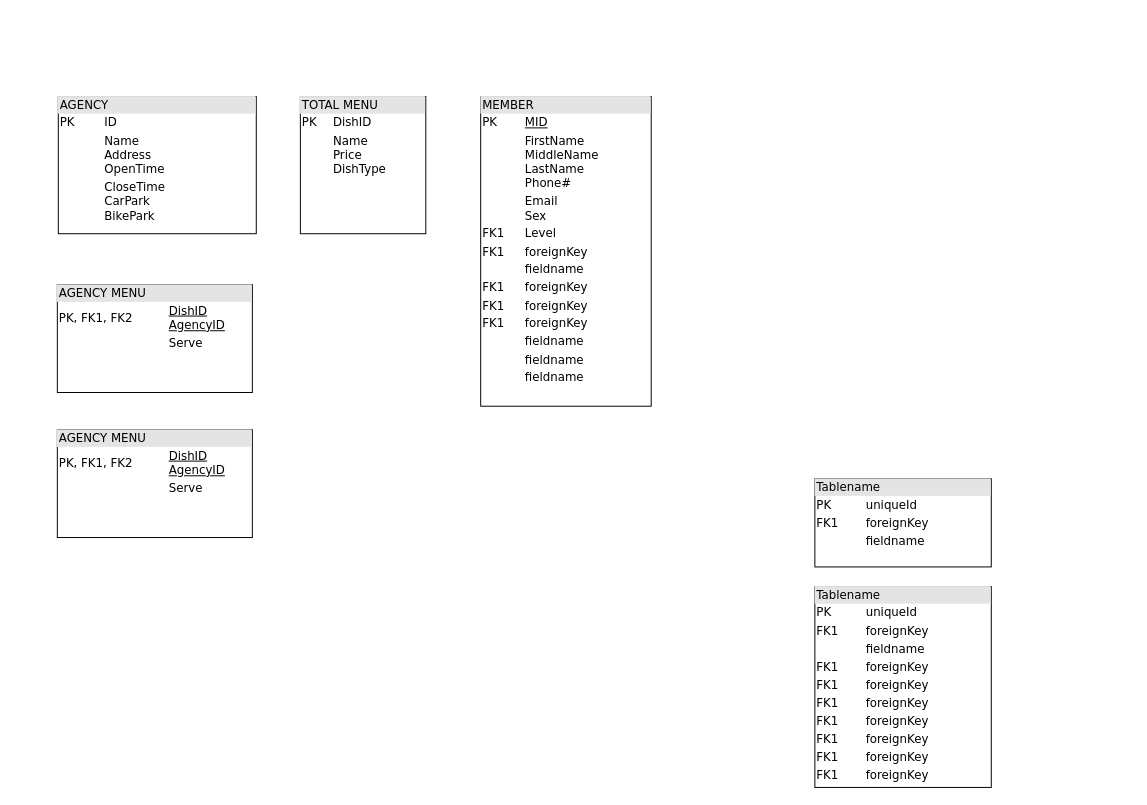
Earlier version of the draw.io diagram Diagrams/Biểu đồ không có tiêu đề.drawio (huukhanh0653/AdvancedDatabase). Source tidied: cells renumbered, new cells numbered last; positions are measured from the earlier drawing's top-left corner, leaving out a move shared by most shapes. Both pictures are drawn from the tidied source at 98%, with x=0, y=0 at pixel (57, 96).
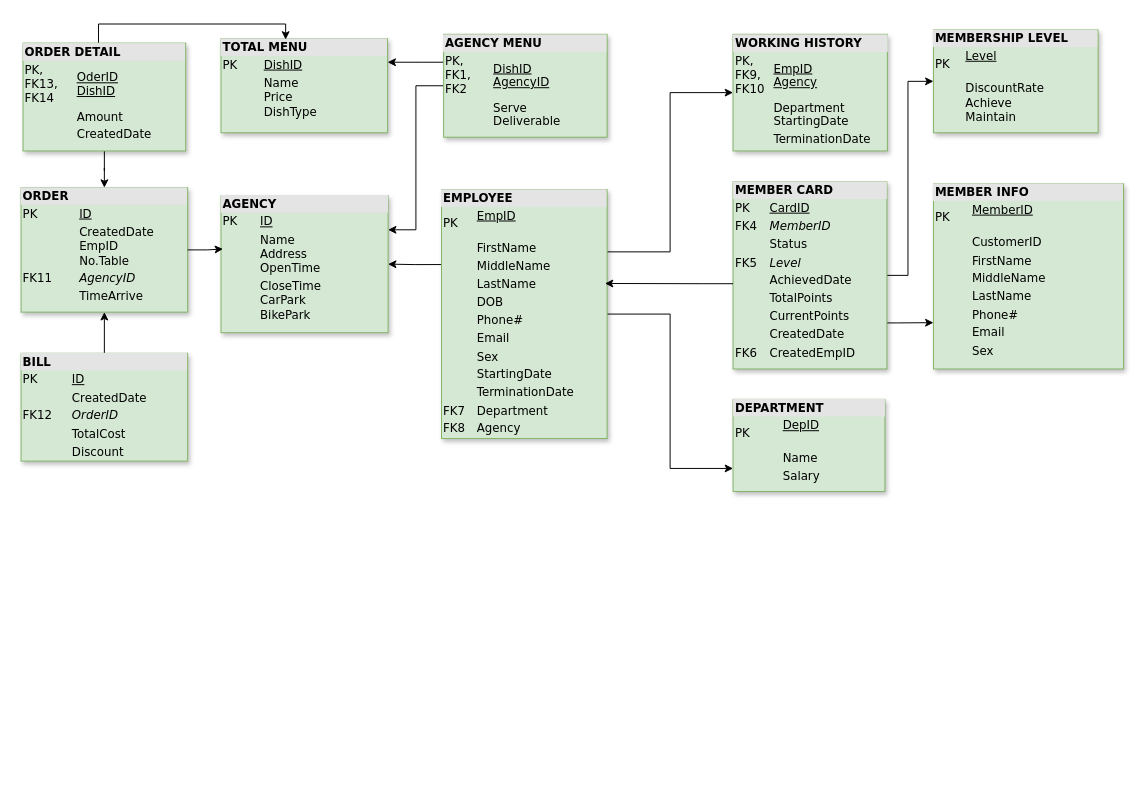
Above is the later version.

What changed in the source:
```diff
@@
-    <mxCell id="2" value="&lt;div style=&quot;box-sizing:border-box;width:100%;background:#e4e4e4;padding:2px;&quot;&gt;AGENCY&lt;/div&gt;&lt;table style=&quot;width:100%;font-size:1em;&quot; cellpadding=&quot;2&quot; cellspacing=&quot;0&quot;&gt;&lt;tbody&gt;&lt;tr&gt;&lt;td&gt;PK&lt;/td&gt;&lt;td&gt;ID&lt;/td&gt;&lt;/tr&gt;&lt;tr&gt;&lt;td&gt;&lt;br&gt;&lt;/td&gt;&lt;td&gt;Name&lt;br&gt;Address&lt;br&gt;OpenTime&lt;/td&gt;&lt;/tr&gt;&lt;tr&gt;&lt;td&gt;&lt;/td&gt;&lt;td&gt;CloseTime&lt;br&gt;CarPark&lt;br&gt;BikePark&lt;/td&gt;&lt;/tr&gt;&lt;/tbody&gt;&lt;/table&gt;" style="verticalAlign=top;align=left;overflow=fill;html=1;rounded=0;shadow=0;comic=0;labelBackgroundColor=none;strokeWidth=1;fontFamily=Verdana;fontSize=12;" parent="1" vertex="1">
-      <mxGeometry x="1" width="202" height="140" as="geometry" />
+    <mxCell id="2" value="&lt;div style=&quot;box-sizing:border-box;width:100%;background:#e4e4e4;padding:2px;&quot;&gt;&lt;b&gt;AGENCY&lt;/b&gt;&lt;/div&gt;&lt;table style=&quot;width:100%;font-size:1em;&quot; cellpadding=&quot;2&quot; cellspacing=&quot;0&quot;&gt;&lt;tbody&gt;&lt;tr&gt;&lt;td&gt;PK&lt;/td&gt;&lt;td&gt;&lt;u&gt;ID&lt;/u&gt;&lt;/td&gt;&lt;/tr&gt;&lt;tr&gt;&lt;td&gt;&lt;br&gt;&lt;/td&gt;&lt;td&gt;Name&lt;br&gt;Address&lt;br&gt;OpenTime&lt;/td&gt;&lt;/tr&gt;&lt;tr&gt;&lt;td&gt;&lt;/td&gt;&lt;td&gt;CloseTime&lt;br&gt;CarPark&lt;br&gt;BikePark&lt;/td&gt;&lt;/tr&gt;&lt;/tbody&gt;&lt;/table&gt;" style="verticalAlign=top;align=left;overflow=fill;html=1;rounded=0;shadow=1;comic=0;labelBackgroundColor=none;strokeWidth=1;fontFamily=Verdana;fontSize=12;glass=0;fillStyle=auto;fillColor=#d5e8d4;strokeColor=#82b366;" parent="1" vertex="1">
+      <mxGeometry x="167" y="101" width="170.5" height="140" as="geometry" />
     </mxCell>
-    <mxCell id="3" value="&lt;div style=&quot;box-sizing: border-box ; width: 100% ; background: #e4e4e4 ; padding: 2px&quot;&gt;Tablename&lt;/div&gt;&lt;table style=&quot;width: 100% ; font-size: 1em&quot; cellpadding=&quot;2&quot; cellspacing=&quot;0&quot;&gt;&lt;tbody&gt;&lt;tr&gt;&lt;td&gt;PK&lt;/td&gt;&lt;td&gt;uniqueId&lt;/td&gt;&lt;/tr&gt;&lt;tr&gt;&lt;td&gt;FK1&lt;/td&gt;&lt;td&gt;foreignKey&lt;/td&gt;&lt;/tr&gt;&lt;tr&gt;&lt;td&gt;&lt;/td&gt;&lt;td&gt;fieldname&lt;/td&gt;&lt;/tr&gt;&lt;tr&gt;&lt;td&gt;FK1&lt;br&gt;&lt;/td&gt;&lt;td&gt;foreignKey&lt;br&gt;&lt;/td&gt;&lt;/tr&gt;&lt;tr&gt;&lt;td&gt;FK1&lt;br&gt;&lt;/td&gt;&lt;td&gt;foreignKey&lt;br&gt;&lt;/td&gt;&lt;/tr&gt;&lt;tr&gt;&lt;td&gt;FK1&lt;br&gt;&lt;/td&gt;&lt;td&gt;foreignKey&lt;br&gt;&lt;/td&gt;&lt;/tr&gt;&lt;tr&gt;&lt;td&gt;FK1&lt;br&gt;&lt;/td&gt;&lt;td&gt;foreignKey&lt;br&gt;&lt;/td&gt;&lt;/tr&gt;&lt;tr&gt;&lt;td&gt;FK1&lt;br&gt;&lt;/td&gt;&lt;td&gt;foreignKey&lt;br&gt;&lt;/td&gt;&lt;/tr&gt;&lt;tr&gt;&lt;td&gt;FK1&lt;br&gt;&lt;/td&gt;&lt;td&gt;foreignKey&lt;br&gt;&lt;/td&gt;&lt;/tr&gt;&lt;tr&gt;&lt;td&gt;FK1&lt;br&gt;&lt;/td&gt;&lt;td&gt;foreignKey&lt;br&gt;&lt;/td&gt;&lt;/tr&gt;&lt;/tbody&gt;&lt;/table&gt;" style="verticalAlign=top;align=left;overflow=fill;html=1;rounded=0;shadow=0;comic=0;labelBackgroundColor=none;strokeWidth=1;fontFamily=Verdana;fontSize=12;" parent="1" vertex="1">
-      <mxGeometry x="773" y="500" width="180" height="205" as="geometry" />
-    </mxCell>
-    <mxCell id="4" value="&lt;div style=&quot;box-sizing:border-box;width:100%;background:#e4e4e4;padding:2px;&quot;&gt;Tablename&lt;/div&gt;&lt;table style=&quot;width:100%;font-size:1em;&quot; cellpadding=&quot;2&quot; cellspacing=&quot;0&quot;&gt;&lt;tr&gt;&lt;td&gt;PK&lt;/td&gt;&lt;td&gt;uniqueId&lt;/td&gt;&lt;/tr&gt;&lt;tr&gt;&lt;td&gt;FK1&lt;/td&gt;&lt;td&gt;foreignKey&lt;/td&gt;&lt;/tr&gt;&lt;tr&gt;&lt;td&gt;&lt;/td&gt;&lt;td&gt;fieldname&lt;/td&gt;&lt;/tr&gt;&lt;/table&gt;" style="verticalAlign=top;align=left;overflow=fill;html=1;rounded=0;shadow=0;comic=0;labelBackgroundColor=none;strokeWidth=1;fontFamily=Verdana;fontSize=12;" parent="1" vertex="1">
-      <mxGeometry x="773" y="390" width="180" height="90" as="geometry" />
-    </mxCell>
+    <mxCell id="9" style="edgeStyle=orthogonalEdgeStyle;rounded=0;jettySize=auto;html=1;entryX=0;entryY=0.5;entryDx=0;entryDy=0;" parent="1" edge="1" source="5" target="8">
+      <mxGeometry relative="1" as="geometry">
+        <Array as="points">
+          <mxPoint x="868" y="182" />
+          <mxPoint x="868" y="-16" />
+        </Array>
+      </mxGeometry>
+    </mxCell>
+    <mxCell id="10" style="edgeStyle=orthogonalEdgeStyle;rounded=0;jettySize=auto;html=1;entryX=0;entryY=0.75;entryDx=0;entryDy=0;" parent="1" edge="1" source="5" target="13">
+      <mxGeometry relative="1" as="geometry">
+        <Array as="points">
+          <mxPoint x="857" y="231" />
+          <mxPoint x="857" y="231" />
+        </Array>
+      </mxGeometry>
+    </mxCell>
-    <mxCell id="5" value="&lt;div style=&quot;box-sizing: border-box ; width: 100% ; background: #e4e4e4 ; padding: 2px&quot;&gt;MEMBER&lt;/div&gt;&lt;table style=&quot;width: 100% ; font-size: 1em&quot; cellpadding=&quot;2&quot; cellspacing=&quot;0&quot;&gt;&lt;tbody&gt;&lt;tr&gt;&lt;td&gt;PK&lt;/td&gt;&lt;td&gt;&lt;u&gt;MID&lt;/u&gt;&lt;u&gt;&lt;br&gt;&lt;/u&gt;&lt;/td&gt;&lt;/tr&gt;&lt;tr&gt;&lt;td&gt;&lt;br&gt;&lt;/td&gt;&lt;td&gt;FirstName&lt;br&gt;MiddleName&lt;br&gt;LastName&lt;br&gt;Phone#&lt;/td&gt;&lt;/tr&gt;&lt;tr&gt;&lt;td&gt;&lt;br&gt;&lt;/td&gt;&lt;td&gt;Email&lt;br&gt;Sex&lt;br&gt;&lt;/td&gt;&lt;/tr&gt;&lt;tr&gt;&lt;td&gt;FK1&lt;br&gt;&lt;/td&gt;&lt;td&gt;Level&lt;br&gt;&lt;/td&gt;&lt;/tr&gt;&lt;tr&gt;&lt;td&gt;FK1&lt;br&gt;&lt;/td&gt;&lt;td&gt;foreignKey&lt;br&gt;&lt;/td&gt;&lt;/tr&gt;&lt;tr&gt;&lt;td&gt;&lt;br&gt;&lt;/td&gt;&lt;td&gt;fieldname&lt;br&gt;&lt;/td&gt;&lt;/tr&gt;&lt;tr&gt;&lt;td&gt;FK1&lt;br&gt;&lt;/td&gt;&lt;td&gt;foreignKey&lt;br&gt;&lt;/td&gt;&lt;/tr&gt;&lt;tr&gt;&lt;td&gt;FK1&lt;br&gt;&lt;/td&gt;&lt;td&gt;foreignKey&lt;br&gt;&lt;/td&gt;&lt;/tr&gt;&lt;tr&gt;&lt;td&gt;FK1&lt;br&gt;&lt;/td&gt;&lt;td&gt;foreignKey&lt;br&gt;&lt;/td&gt;&lt;/tr&gt;&lt;tr&gt;&lt;td&gt;&lt;br&gt;&lt;/td&gt;&lt;td&gt;fieldname&lt;br&gt;&lt;/td&gt;&lt;/tr&gt;&lt;tr&gt;&lt;td&gt;&lt;br&gt;&lt;/td&gt;&lt;td&gt;fieldname&lt;br&gt;&lt;/td&gt;&lt;/tr&gt;&lt;tr&gt;&lt;td&gt;&lt;br&gt;&lt;/td&gt;&lt;td&gt;fieldname&lt;br&gt;&lt;/td&gt;&lt;/tr&gt;&lt;/tbody&gt;&lt;/table&gt;" style="verticalAlign=top;align=left;overflow=fill;html=1;rounded=0;shadow=0;comic=0;labelBackgroundColor=none;strokeWidth=1;fontFamily=Verdana;fontSize=12;" parent="1" vertex="1">
-      <mxGeometry x="432" width="174" height="316" as="geometry" />
+    <mxCell id="5" value="&lt;div style=&quot;box-sizing: border-box ; width: 100% ; background: #e4e4e4 ; padding: 2px&quot;&gt;&lt;b&gt;MEMBER CARD&lt;/b&gt;&lt;/div&gt;&lt;table style=&quot;width: 100% ; font-size: 1em&quot; cellpadding=&quot;2&quot; cellspacing=&quot;0&quot;&gt;&lt;tbody&gt;&lt;tr&gt;&lt;td&gt;PK&lt;/td&gt;&lt;td&gt;&lt;u&gt;CardID&lt;/u&gt;&lt;/td&gt;&lt;/tr&gt;&lt;tr&gt;&lt;td&gt;FK4&lt;/td&gt;&lt;td&gt;&lt;i&gt;MemberID&lt;/i&gt;&lt;/td&gt;&lt;/tr&gt;&lt;tr&gt;&lt;td&gt;&lt;/td&gt;&lt;td&gt;Status&lt;/td&gt;&lt;/tr&gt;&lt;tr&gt;&lt;td&gt;FK5&lt;/td&gt;&lt;td&gt;&lt;i&gt;Level&lt;/i&gt;&lt;/td&gt;&lt;/tr&gt;&lt;tr&gt;&lt;td&gt;&lt;/td&gt;&lt;td&gt;AchievedDate&lt;/td&gt;&lt;/tr&gt;&lt;tr&gt;&lt;td&gt;&lt;/td&gt;&lt;td&gt;TotalPoints&lt;/td&gt;&lt;/tr&gt;&lt;tr&gt;&lt;td&gt;&lt;/td&gt;&lt;td&gt;CurrentPoints&lt;/td&gt;&lt;/tr&gt;&lt;tr&gt;&lt;td&gt;&lt;/td&gt;&lt;td&gt;CreatedDate&lt;/td&gt;&lt;/tr&gt;&lt;tr&gt;&lt;td&gt;FK6&lt;/td&gt;&lt;td&gt;CreatedEmpID&lt;/td&gt;&lt;/tr&gt;&lt;/tbody&gt;&lt;/table&gt;" style="verticalAlign=top;align=left;overflow=fill;html=1;rounded=0;shadow=1;comic=0;labelBackgroundColor=none;strokeWidth=1;fontFamily=Verdana;fontSize=12;glass=0;fillStyle=auto;fillColor=#d5e8d4;strokeColor=#82b366;" parent="1" vertex="1">
+      <mxGeometry x="689.5" y="87" width="157" height="191" as="geometry" />
     </mxCell>
-    <mxCell id="6" value="&lt;div style=&quot;box-sizing:border-box;width:100%;background:#e4e4e4;padding:2px;&quot;&gt;TOTAL MENU&lt;/div&gt;&lt;table style=&quot;width:100%;font-size:1em;&quot; cellpadding=&quot;2&quot; cellspacing=&quot;0&quot;&gt;&lt;tbody&gt;&lt;tr&gt;&lt;td&gt;PK&lt;/td&gt;&lt;td&gt;DishID&lt;/td&gt;&lt;/tr&gt;&lt;tr&gt;&lt;td&gt;&lt;br&gt;&lt;/td&gt;&lt;td&gt;Name&lt;br&gt;Price&lt;br&gt;DishType&lt;/td&gt;&lt;/tr&gt;&lt;tr&gt;&lt;td&gt;&lt;/td&gt;&lt;td&gt;&lt;br&gt;&lt;br&gt;&lt;br&gt;&lt;/td&gt;&lt;/tr&gt;&lt;/tbody&gt;&lt;/table&gt;" style="verticalAlign=top;align=left;overflow=fill;html=1;rounded=0;shadow=0;comic=0;labelBackgroundColor=none;strokeWidth=1;fontFamily=Verdana;fontSize=12;" parent="1" vertex="1">
-      <mxGeometry x="248" width="128" height="140" as="geometry" />
+    <mxCell id="6" value="&lt;div style=&quot;box-sizing:border-box;width:100%;background:#e4e4e4;padding:2px;&quot;&gt;&lt;b&gt;TOTAL MENU&lt;/b&gt;&lt;/div&gt;&lt;table style=&quot;width:100%;font-size:1em;&quot; cellpadding=&quot;2&quot; cellspacing=&quot;0&quot;&gt;&lt;tbody&gt;&lt;tr&gt;&lt;td&gt;PK&lt;/td&gt;&lt;td&gt;&lt;u&gt;DishID&lt;/u&gt;&lt;/td&gt;&lt;/tr&gt;&lt;tr&gt;&lt;td&gt;&lt;br&gt;&lt;/td&gt;&lt;td&gt;Name&lt;br&gt;Price&lt;br&gt;DishType&lt;/td&gt;&lt;/tr&gt;&lt;tr&gt;&lt;td&gt;&lt;/td&gt;&lt;td&gt;&lt;br&gt;&lt;br&gt;&lt;br&gt;&lt;/td&gt;&lt;/tr&gt;&lt;/tbody&gt;&lt;/table&gt;" style="verticalAlign=top;align=left;overflow=fill;html=1;rounded=0;shadow=1;comic=0;labelBackgroundColor=none;strokeWidth=1;fontFamily=Verdana;fontSize=12;glass=0;fillStyle=auto;fillColor=#d5e8d4;strokeColor=#82b366;" parent="1" vertex="1">
+      <mxGeometry x="167" y="-59" width="170" height="96" as="geometry" />
     </mxCell>
+    <mxCell id="11" style="edgeStyle=orthogonalEdgeStyle;rounded=0;jettySize=auto;html=1;entryX=1;entryY=0.25;entryDx=0;entryDy=0;" parent="1" edge="1" source="7" target="2">
+      <mxGeometry relative="1" as="geometry" />
+    </mxCell>
+    <mxCell id="12" style="edgeStyle=orthogonalEdgeStyle;rounded=0;jettySize=auto;html=1;entryX=1;entryY=0.25;entryDx=0;entryDy=0;" parent="1" edge="1" source="7" target="6">
+      <mxGeometry relative="1" as="geometry">
+        <Array as="points">
+          <mxPoint x="373" y="-35" />
+          <mxPoint x="373" y="-35" />
+        </Array>
+      </mxGeometry>
+    </mxCell>
-    <mxCell id="7" value="&lt;div style=&quot;box-sizing: border-box ; width: 100% ; background: #e4e4e4 ; padding: 2px&quot;&gt;AGENCY MENU&lt;/div&gt;&lt;table style=&quot;width: 100% ; font-size: 1em&quot; cellpadding=&quot;2&quot; cellspacing=&quot;0&quot;&gt;&lt;tbody&gt;&lt;tr&gt;&lt;td&gt;PK, FK1, FK2&lt;/td&gt;&lt;td&gt;&lt;u&gt;DishID&lt;br&gt;&lt;/u&gt;&lt;u&gt;AgencyID&lt;/u&gt;&lt;u&gt;&lt;br&gt;&lt;/u&gt;&lt;/td&gt;&lt;/tr&gt;&lt;tr&gt;&lt;td&gt;&lt;u&gt;&lt;br&gt;&lt;/u&gt;&lt;/td&gt;&lt;td&gt;Serve&lt;/td&gt;&lt;/tr&gt;&lt;tr&gt;&lt;td&gt;&lt;/td&gt;&lt;td&gt;&lt;br&gt;&lt;/td&gt;&lt;/tr&gt;&lt;/tbody&gt;&lt;/table&gt;" style="verticalAlign=top;align=left;overflow=fill;html=1;rounded=0;shadow=0;comic=0;labelBackgroundColor=none;strokeWidth=1;fontFamily=Verdana;fontSize=12;" parent="1" vertex="1">
-      <mxGeometry y="192" width="199" height="110" as="geometry" />
+    <mxCell id="7" value="&lt;div style=&quot;box-sizing: border-box ; width: 100% ; background: #e4e4e4 ; padding: 2px&quot;&gt;&lt;b&gt;AGENCY MENU&lt;/b&gt;&lt;/div&gt;&lt;table style=&quot;width: 100% ; font-size: 1em&quot; cellpadding=&quot;2&quot; cellspacing=&quot;0&quot;&gt;&lt;tbody&gt;&lt;tr&gt;&lt;td&gt;PK, &lt;br&gt;FK1, &lt;br&gt;FK2&lt;/td&gt;&lt;td&gt;&lt;u&gt;DishID&lt;br&gt;&lt;/u&gt;&lt;u&gt;AgencyID&lt;/u&gt;&lt;u&gt;&lt;br&gt;&lt;/u&gt;&lt;/td&gt;&lt;/tr&gt;&lt;tr&gt;&lt;td&gt;&lt;u&gt;&lt;br&gt;&lt;/u&gt;&lt;/td&gt;&lt;td&gt;Serve&lt;br&gt;Deliverable&lt;/td&gt;&lt;/tr&gt;&lt;tr&gt;&lt;td&gt;&lt;/td&gt;&lt;td&gt;&lt;br&gt;&lt;/td&gt;&lt;/tr&gt;&lt;/tbody&gt;&lt;/table&gt;" style="verticalAlign=top;align=left;overflow=fill;html=1;rounded=0;shadow=1;comic=0;labelBackgroundColor=none;strokeWidth=1;fontFamily=Verdana;fontSize=12;glass=0;fillStyle=auto;fillColor=#d5e8d4;strokeColor=#82b366;" parent="1" vertex="1">
+      <mxGeometry x="394.2" y="-63.5" width="166.8" height="105" as="geometry" />
     </mxCell>
-    <mxCell id="8" value="&lt;div style=&quot;box-sizing: border-box ; width: 100% ; background: #e4e4e4 ; padding: 2px&quot;&gt;AGENCY MENU&lt;/div&gt;&lt;table style=&quot;width: 100% ; font-size: 1em&quot; cellpadding=&quot;2&quot; cellspacing=&quot;0&quot;&gt;&lt;tbody&gt;&lt;tr&gt;&lt;td&gt;PK, FK1, FK2&lt;/td&gt;&lt;td&gt;&lt;u&gt;DishID&lt;br&gt;&lt;/u&gt;&lt;u&gt;AgencyID&lt;/u&gt;&lt;u&gt;&lt;br&gt;&lt;/u&gt;&lt;/td&gt;&lt;/tr&gt;&lt;tr&gt;&lt;td&gt;&lt;u&gt;&lt;br&gt;&lt;/u&gt;&lt;/td&gt;&lt;td&gt;Serve&lt;/td&gt;&lt;/tr&gt;&lt;tr&gt;&lt;td&gt;&lt;/td&gt;&lt;td&gt;&lt;br&gt;&lt;/td&gt;&lt;/tr&gt;&lt;/tbody&gt;&lt;/table&gt;" style="verticalAlign=top;align=left;overflow=fill;html=1;rounded=0;shadow=0;comic=0;labelBackgroundColor=none;strokeWidth=1;fontFamily=Verdana;fontSize=12;" parent="1" vertex="1">
-      <mxGeometry y="340" width="199" height="110" as="geometry" />
+    <mxCell id="8" value="&lt;div style=&quot;box-sizing: border-box ; width: 100% ; background: #e4e4e4 ; padding: 2px&quot;&gt;&lt;b&gt;MEMBERSHIP LEVEL&lt;/b&gt;&lt;/div&gt;&lt;table style=&quot;width: 100% ; font-size: 1em&quot; cellpadding=&quot;2&quot; cellspacing=&quot;0&quot;&gt;&lt;tbody&gt;&lt;tr&gt;&lt;td&gt;PK&lt;/td&gt;&lt;td&gt;&lt;u&gt;Level&lt;br&gt;&lt;br&gt;&lt;/u&gt;&lt;/td&gt;&lt;/tr&gt;&lt;tr&gt;&lt;td&gt;&lt;u&gt;&lt;br&gt;&lt;/u&gt;&lt;/td&gt;&lt;td&gt;DiscountRate&lt;br&gt;Achieve&lt;br&gt;Maintain&lt;/td&gt;&lt;/tr&gt;&lt;tr&gt;&lt;td&gt;&lt;/td&gt;&lt;td&gt;&lt;br&gt;&lt;/td&gt;&lt;/tr&gt;&lt;/tbody&gt;&lt;/table&gt;" style="verticalAlign=top;align=left;overflow=fill;html=1;rounded=0;shadow=1;comic=0;labelBackgroundColor=none;strokeWidth=1;fontFamily=Verdana;fontSize=12;glass=0;fillStyle=auto;fillColor=#d5e8d4;strokeColor=#82b366;" parent="1" vertex="1">
+      <mxGeometry x="894" y="-68" width="168" height="105" as="geometry" />
     </mxCell>
+    <mxCell id="13" value="&lt;div style=&quot;box-sizing: border-box ; width: 100% ; background: #e4e4e4 ; padding: 2px&quot;&gt;&lt;b&gt;MEMBER INFO&lt;/b&gt;&lt;/div&gt;&lt;table style=&quot;width: 100% ; font-size: 1em&quot; cellpadding=&quot;2&quot; cellspacing=&quot;0&quot;&gt;&lt;tbody&gt;&lt;tr&gt;&lt;td&gt;PK&lt;/td&gt;&lt;td&gt;&lt;u&gt;MemberID&lt;br&gt;&lt;br&gt;&lt;/u&gt;&lt;/td&gt;&lt;/tr&gt;&lt;tr&gt;&lt;td&gt;&lt;/td&gt;&lt;td&gt;CustomerID&lt;/td&gt;&lt;/tr&gt;&lt;tr&gt;&lt;td&gt;&lt;/td&gt;&lt;td&gt;FirstName&lt;/td&gt;&lt;/tr&gt;&lt;tr&gt;&lt;td&gt;&lt;/td&gt;&lt;td&gt;MiddleName&lt;/td&gt;&lt;/tr&gt;&lt;tr&gt;&lt;td&gt;&lt;/td&gt;&lt;td&gt;LastName&lt;/td&gt;&lt;/tr&gt;&lt;tr&gt;&lt;td&gt;&lt;/td&gt;&lt;td&gt;Phone#&lt;/td&gt;&lt;/tr&gt;&lt;tr&gt;&lt;td&gt;&lt;/td&gt;&lt;td&gt;Email&lt;/td&gt;&lt;/tr&gt;&lt;tr&gt;&lt;td&gt;&lt;/td&gt;&lt;td&gt;Sex&lt;/td&gt;&lt;/tr&gt;&lt;tr&gt;&lt;td&gt;&lt;br&gt;&lt;/td&gt;&lt;td&gt;&lt;br&gt;&lt;/td&gt;&lt;/tr&gt;&lt;/tbody&gt;&lt;/table&gt;" style="verticalAlign=top;align=left;overflow=fill;html=1;rounded=0;shadow=1;comic=0;labelBackgroundColor=none;strokeWidth=1;fontFamily=Verdana;fontSize=12;glass=0;fillStyle=auto;fillColor=#d5e8d4;strokeColor=#82b366;" parent="1" vertex="1">
+      <mxGeometry x="894" y="89" width="194" height="189" as="geometry" />
+    </mxCell>
+    <mxCell id="14" style="edgeStyle=orthogonalEdgeStyle;rounded=0;jettySize=auto;html=1;entryX=0;entryY=0.75;entryDx=0;entryDy=0;" parent="1" edge="1" source="17" target="18">
+      <mxGeometry relative="1" as="geometry" />
+    </mxCell>
+    <mxCell id="15" style="edgeStyle=orthogonalEdgeStyle;rounded=0;jettySize=auto;html=1;exitX=1;exitY=0.25;exitDx=0;exitDy=0;entryX=0;entryY=0.5;entryDx=0;entryDy=0;" parent="1" edge="1" source="17" target="19">
+      <mxGeometry relative="1" as="geometry" />
+    </mxCell>
+    <mxCell id="16" style="edgeStyle=orthogonalEdgeStyle;rounded=0;jettySize=auto;html=1;entryX=1;entryY=0.5;entryDx=0;entryDy=0;exitX=0.012;exitY=0.301;exitDx=0;exitDy=0;exitPerimeter=0;" parent="1" edge="1" source="17" target="2">
+      <mxGeometry relative="1" as="geometry" />
+    </mxCell>
+    <mxCell id="17" value="&lt;div style=&quot;box-sizing: border-box ; width: 100% ; background: #e4e4e4 ; padding: 2px&quot;&gt;&lt;b&gt;EMPLOYEE&lt;/b&gt;&lt;/div&gt;&lt;table cellspacing=&quot;0&quot; cellpadding=&quot;2&quot; style=&quot;width: 100% ; font-size: 1em&quot;&gt;&lt;tbody&gt;&lt;tr&gt;&lt;td&gt;PK&lt;/td&gt;&lt;td&gt;&lt;u&gt;EmpID&lt;br&gt;&lt;br&gt;&lt;/u&gt;&lt;/td&gt;&lt;/tr&gt;&lt;tr&gt;&lt;td&gt;&lt;/td&gt;&lt;td&gt;FirstName&lt;/td&gt;&lt;/tr&gt;&lt;tr&gt;&lt;td&gt;&lt;/td&gt;&lt;td&gt;MiddleName&lt;/td&gt;&lt;/tr&gt;&lt;tr&gt;&lt;td&gt;&lt;/td&gt;&lt;td&gt;LastName&lt;/td&gt;&lt;/tr&gt;&lt;tr&gt;&lt;td&gt;&lt;/td&gt;&lt;td&gt;DOB&lt;/td&gt;&lt;/tr&gt;&lt;tr&gt;&lt;td&gt;&lt;/td&gt;&lt;td&gt;Phone#&lt;/td&gt;&lt;/tr&gt;&lt;tr&gt;&lt;td&gt;&lt;/td&gt;&lt;td&gt;Email&lt;/td&gt;&lt;/tr&gt;&lt;tr&gt;&lt;td&gt;&lt;/td&gt;&lt;td&gt;Sex&lt;/td&gt;&lt;/tr&gt;&lt;tr&gt;&lt;td&gt;&lt;/td&gt;&lt;td&gt;StartingDate&lt;/td&gt;&lt;/tr&gt;&lt;tr&gt;&lt;td&gt;&lt;/td&gt;&lt;td&gt;TerminationDate&lt;/td&gt;&lt;/tr&gt;&lt;tr&gt;&lt;td&gt;FK7&lt;/td&gt;&lt;td&gt;Department&lt;/td&gt;&lt;/tr&gt;&lt;tr&gt;&lt;td&gt;FK8&lt;/td&gt;&lt;td&gt;Agency&lt;/td&gt;&lt;/tr&gt;&lt;/tbody&gt;&lt;/table&gt;" style="verticalAlign=top;align=left;overflow=fill;html=1;rounded=0;shadow=1;comic=0;labelBackgroundColor=none;strokeWidth=1;fontFamily=Verdana;fontSize=12;glass=0;fillStyle=auto;fillColor=#d5e8d4;strokeColor=#82b366;" parent="1" vertex="1">
+      <mxGeometry x="392" y="95" width="169" height="254" as="geometry" />
+    </mxCell>
+    <mxCell id="18" value="&lt;div style=&quot;box-sizing: border-box ; width: 100% ; background: #e4e4e4 ; padding: 2px&quot;&gt;&lt;b&gt;DEPARTMENT&lt;/b&gt;&lt;/div&gt;&lt;table style=&quot;width: 100% ; font-size: 1em&quot; cellpadding=&quot;2&quot; cellspacing=&quot;0&quot;&gt;&lt;tbody&gt;&lt;tr&gt;&lt;td&gt;PK&lt;/td&gt;&lt;td&gt;&lt;u&gt;DepID&lt;br&gt;&lt;br&gt;&lt;/u&gt;&lt;/td&gt;&lt;/tr&gt;&lt;tr&gt;&lt;td&gt;&lt;/td&gt;&lt;td&gt;Name&lt;/td&gt;&lt;/tr&gt;&lt;tr&gt;&lt;td&gt;&lt;/td&gt;&lt;td&gt;Salary&lt;/td&gt;&lt;/tr&gt;&lt;/tbody&gt;&lt;/table&gt;" style="verticalAlign=top;align=left;overflow=fill;html=1;rounded=0;shadow=1;comic=0;labelBackgroundColor=none;strokeWidth=1;fontFamily=Verdana;fontSize=12;glass=0;fillStyle=auto;fillColor=#d5e8d4;strokeColor=#82b366;" parent="1" vertex="1">
+      <mxGeometry x="689.5" y="309" width="155" height="94" as="geometry" />
+    </mxCell>
+    <mxCell id="19" value="&lt;div style=&quot;box-sizing: border-box ; width: 100% ; background: #e4e4e4 ; padding: 2px&quot;&gt;&lt;b&gt;WORKING HISTORY&lt;/b&gt;&lt;/div&gt;&lt;table cellspacing=&quot;0&quot; cellpadding=&quot;2&quot; style=&quot;width: 100% ; font-size: 1em&quot;&gt;&lt;tbody&gt;&lt;tr&gt;&lt;td&gt;PK,&lt;br&gt;FK9,&lt;br&gt;FK10&lt;/td&gt;&lt;td&gt;&lt;u&gt;EmpID&lt;/u&gt;&lt;br&gt;&lt;u&gt;Agency&lt;/u&gt;&lt;/td&gt;&lt;/tr&gt;&lt;tr&gt;&lt;td&gt;&lt;/td&gt;&lt;td&gt;Department&lt;br&gt;StartingDate&lt;/td&gt;&lt;/tr&gt;&lt;tr&gt;&lt;td&gt;&lt;/td&gt;&lt;td&gt;TerminationDate&lt;/td&gt;&lt;/tr&gt;&lt;/tbody&gt;&lt;/table&gt;" style="verticalAlign=top;align=left;overflow=fill;html=1;rounded=0;shadow=1;comic=0;labelBackgroundColor=none;strokeWidth=1;fontFamily=Verdana;fontSize=12;glass=0;fillStyle=auto;fillColor=#d5e8d4;strokeColor=#82b366;" parent="1" vertex="1">
+      <mxGeometry x="689.5" y="-63.5" width="157.5" height="119" as="geometry" />
+    </mxCell>
+    <mxCell id="20" style="edgeStyle=orthogonalEdgeStyle;rounded=0;jettySize=auto;html=1;entryX=0.987;entryY=0.377;entryDx=0;entryDy=0;entryPerimeter=0;" parent="1" edge="1" source="5" target="17">
+      <mxGeometry relative="1" as="geometry">
+        <Array as="points">
+          <mxPoint x="658" y="191" />
+          <mxPoint x="658" y="191" />
+        </Array>
+      </mxGeometry>
+    </mxCell>
+    <mxCell id="21" style="edgeStyle=orthogonalEdgeStyle;rounded=0;jettySize=auto;html=1;" parent="1" edge="1" source="22" target="23">
+      <mxGeometry relative="1" as="geometry" />
+    </mxCell>
+    <mxCell id="22" value="&lt;div style=&quot;box-sizing: border-box ; width: 100% ; background: #e4e4e4 ; padding: 2px&quot;&gt;&lt;b&gt;ORDER DETAIL&lt;/b&gt;&lt;/div&gt;&lt;table cellspacing=&quot;0&quot; cellpadding=&quot;2&quot; style=&quot;width: 100% ; font-size: 1em&quot;&gt;&lt;tbody&gt;&lt;tr&gt;&lt;td&gt;PK,&lt;br&gt;FK13,&lt;br&gt;FK14&lt;/td&gt;&lt;td&gt;&lt;u&gt;OderID&lt;/u&gt;&lt;br&gt;&lt;u&gt;DishID&lt;/u&gt;&lt;/td&gt;&lt;/tr&gt;&lt;tr&gt;&lt;td&gt;&lt;/td&gt;&lt;td&gt;Amount&lt;br&gt;&lt;/td&gt;&lt;/tr&gt;&lt;tr&gt;&lt;td&gt;&lt;/td&gt;&lt;td&gt;CreatedDate&lt;/td&gt;&lt;/tr&gt;&lt;/tbody&gt;&lt;/table&gt;" style="verticalAlign=top;align=left;overflow=fill;html=1;rounded=0;shadow=1;comic=0;labelBackgroundColor=none;strokeWidth=1;fontFamily=Verdana;fontSize=12;glass=0;fillStyle=auto;fillColor=#d5e8d4;strokeColor=#82b366;" parent="1" vertex="1">
+      <mxGeometry x="-35" y="-54.5" width="166" height="110" as="geometry" />
+    </mxCell>
+    <mxCell id="23" value="&lt;div style=&quot;box-sizing:border-box;width:100%;background:#e4e4e4;padding:2px;&quot;&gt;&lt;b&gt;ORDER&lt;/b&gt;&lt;/div&gt;&lt;table style=&quot;width:100%;font-size:1em;&quot; cellpadding=&quot;2&quot; cellspacing=&quot;0&quot;&gt;&lt;tbody&gt;&lt;tr&gt;&lt;td&gt;PK&lt;/td&gt;&lt;td&gt;&lt;u&gt;ID&lt;/u&gt;&lt;/td&gt;&lt;/tr&gt;&lt;tr&gt;&lt;td&gt;&lt;br&gt;&amp;nbsp; &amp;nbsp; &amp;nbsp; &amp;nbsp; &amp;nbsp; &amp;nbsp; &lt;/td&gt;&lt;td&gt;CreatedDate&lt;br&gt;EmpID&lt;br&gt;No.Table&amp;nbsp; &amp;nbsp; &amp;nbsp; &amp;nbsp; &amp;nbsp;&lt;/td&gt;&lt;/tr&gt;&lt;tr&gt;&lt;td&gt;FK11&lt;/td&gt;&lt;td&gt;&lt;i&gt;AgencyID&lt;/i&gt;&lt;/td&gt;&lt;/tr&gt;&lt;tr&gt;&lt;td&gt;&lt;/td&gt;&lt;td&gt;TimeArrive&lt;/td&gt;&lt;/tr&gt;&lt;/tbody&gt;&lt;/table&gt;" style="verticalAlign=top;align=left;overflow=fill;html=1;rounded=0;shadow=1;comic=0;labelBackgroundColor=none;strokeWidth=1;fontFamily=Verdana;fontSize=12;glass=0;fillStyle=auto;fillColor=#d5e8d4;strokeColor=#82b366;" parent="1" vertex="1">
+      <mxGeometry x="-37" y="93" width="170" height="127" as="geometry" />
+    </mxCell>
+    <mxCell id="24" style="edgeStyle=orthogonalEdgeStyle;rounded=0;jettySize=auto;html=1;entryX=0.388;entryY=0.009;entryDx=0;entryDy=0;entryPerimeter=0;" parent="1" edge="1" target="6">
+      <mxGeometry relative="1" as="geometry">
+        <mxPoint x="42" y="-55" as="sourcePoint" />
+        <Array as="points">
+          <mxPoint x="42" y="-74" />
+          <mxPoint x="233" y="-74" />
+        </Array>
+      </mxGeometry>
+    </mxCell>
+    <mxCell id="25" style="edgeStyle=orthogonalEdgeStyle;rounded=0;jettySize=auto;html=1;entryX=0.012;entryY=0.39;entryDx=0;entryDy=0;entryPerimeter=0;" parent="1" edge="1" source="23" target="2">
+      <mxGeometry relative="1" as="geometry" />
+    </mxCell>
+    <mxCell id="26" style="edgeStyle=orthogonalEdgeStyle;rounded=0;jettySize=auto;html=1;entryX=0.5;entryY=1;entryDx=0;entryDy=0;" parent="1" edge="1" source="27" target="23">
+      <mxGeometry relative="1" as="geometry" />
+    </mxCell>
+    <mxCell id="27" value="&lt;div style=&quot;box-sizing:border-box;width:100%;background:#e4e4e4;padding:2px;&quot;&gt;&lt;b&gt;BILL&lt;/b&gt;&lt;/div&gt;&lt;table style=&quot;width:100%;font-size:1em;&quot; cellpadding=&quot;2&quot; cellspacing=&quot;0&quot;&gt;&lt;tbody&gt;&lt;tr&gt;&lt;td&gt;PK&lt;/td&gt;&lt;td&gt;&lt;u&gt;ID&lt;/u&gt;&lt;/td&gt;&lt;/tr&gt;&lt;tr&gt;&lt;td&gt;&amp;nbsp; &amp;nbsp; &amp;nbsp; &amp;nbsp; &amp;nbsp; &amp;nbsp;&amp;nbsp;&lt;/td&gt;&lt;td&gt;CreatedDate&amp;nbsp; &amp;nbsp; &amp;nbsp; &amp;nbsp; &amp;nbsp;&amp;nbsp;&lt;/td&gt;&lt;/tr&gt;&lt;tr&gt;&lt;td&gt;FK12&lt;/td&gt;&lt;td&gt;&lt;i&gt;OrderID&lt;/i&gt;&amp;nbsp; &amp;nbsp;&amp;nbsp;&lt;/td&gt;&lt;/tr&gt;&lt;tr&gt;&lt;td&gt;&lt;/td&gt;&lt;td&gt;TotalCost&lt;/td&gt;&lt;/tr&gt;&lt;tr&gt;&lt;td&gt;&lt;/td&gt;&lt;td&gt;Discount&lt;/td&gt;&lt;/tr&gt;&lt;/tbody&gt;&lt;/table&gt;" style="verticalAlign=top;align=left;overflow=fill;html=1;rounded=0;shadow=1;comic=0;labelBackgroundColor=none;strokeWidth=1;fontFamily=Verdana;fontSize=12;glass=0;fillStyle=auto;fillColor=#d5e8d4;strokeColor=#82b366;" parent="1" vertex="1">
+      <mxGeometry x="-37" y="262" width="170" height="110" as="geometry" />
+    </mxCell>
```
